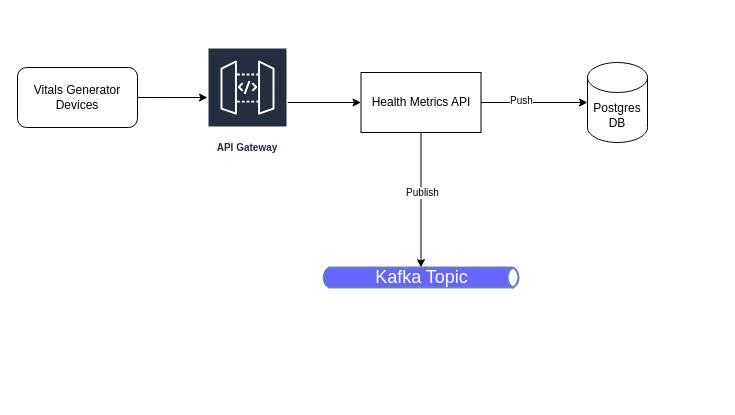
Earlier version of the draw.io diagram eda_design.drawio (akashdktyagi/event-driven-app-health-metrics). Source tidied: cells renumbered, new cells numbered last; positions are measured from the earlier drawing's top-left corner, leaving out a move shared by most shapes. Both pictures are drawn from the tidied source at 100%, with x=0, y=0 at pixel (17, 47).
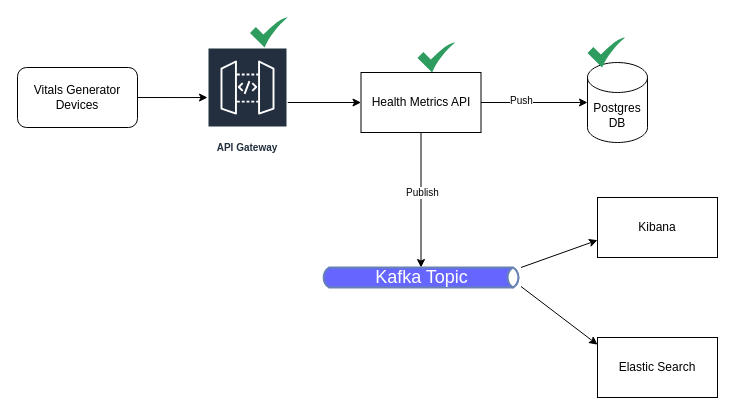
The same diagram, later.

Unchanged cells that the change refers to:
```xml
<mxCell id="12" value="&lt;font style=&quot;font-size: 18px;&quot;&gt;Kafka Topic&lt;/font&gt;" style="html=1;outlineConnect=0;fillColor=#6666FF;strokeColor=#6881B3;gradientColor=none;gradientDirection=north;strokeWidth=2;shape=mxgraph.networks.bus;gradientColor=none;gradientDirection=north;fontColor=#ffffff;perimeter=backbonePerimeter;backboneSize=20;" parent="1" vertex="1">
  <mxGeometry x="303.5" y="220" width="200" height="20" as="geometry" />
</mxCell>
```

What changed in the source:
```diff
@@
+    <mxCell id="13" style="edgeStyle=none;html=1;" parent="1" edge="1" source="12" target="18">
+      <mxGeometry relative="1" as="geometry" />
+    </mxCell>
+    <mxCell id="14" style="edgeStyle=none;html=1;" parent="1" edge="1" source="12" target="19">
+      <mxGeometry relative="1" as="geometry" />
+    </mxCell>
@@
+    <mxCell id="15" style="sketch=0;html=1;strokeColor=none;shadow=0;align=center;verticalAlign=top;fillColor=#2D9C5E;shape=mxgraph.gcp2.check;" parent="1" vertex="1">
+      <mxGeometry x="570" y="-10" width="37.5" height="30" as="geometry" />
+    </mxCell>
+    <mxCell id="16" style="sketch=0;html=1;strokeColor=none;shadow=0;align=center;verticalAlign=top;fillColor=#2D9C5E;shape=mxgraph.gcp2.check;" parent="1" vertex="1">
+      <mxGeometry x="400" y="-5" width="37.5" height="30" as="geometry" />
+    </mxCell>
+    <mxCell id="17" style="sketch=0;html=1;strokeColor=none;shadow=0;align=center;verticalAlign=top;fillColor=#2D9C5E;shape=mxgraph.gcp2.check;" parent="1" vertex="1">
+      <mxGeometry x="232.5" y="-30" width="37.5" height="30" as="geometry" />
+    </mxCell>
+    <mxCell id="18" value="Elastic Search" style="rounded=0;whiteSpace=wrap;html=1;" parent="1" vertex="1">
+      <mxGeometry x="580" y="290" width="120" height="60" as="geometry" />
+    </mxCell>
+    <mxCell id="19" value="Kibana" style="rounded=0;whiteSpace=wrap;html=1;" parent="1" vertex="1">
+      <mxGeometry x="580" y="150" width="120" height="60" as="geometry" />
+    </mxCell>
```
